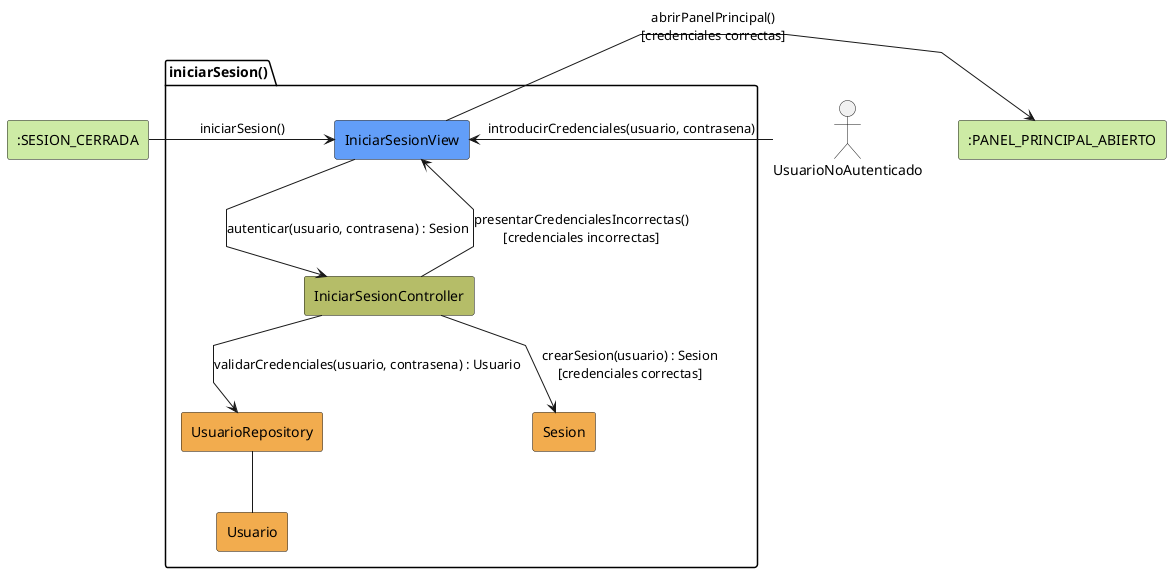
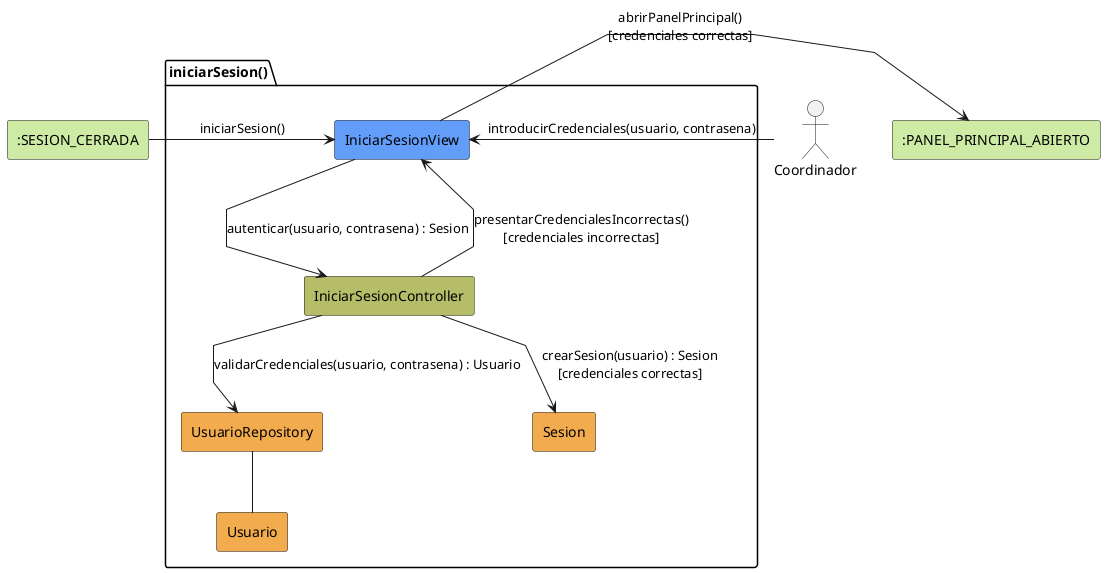
@startuml iniciarSesion-analisis
skinparam linetype polyline

- actor UsuarioNoAutenticado
+ actor Coordinador
rectangle #CDEBA5 ":SESION_CERRADA" as SesionCerrada

package iniciarSesion as "iniciarSesion()" {
    rectangle #629EF9 IniciarSesionView
    rectangle #b5bd68 IniciarSesionController
    rectangle #F2AC4E UsuarioRepository
    rectangle #F2AC4E Usuario
    rectangle #F2AC4E Sesion
}

rectangle #CDEBA5 ":PANEL_PRINCIPAL_ABIERTO" as PanelPrincipalAbierto

SesionCerrada -r-> IniciarSesionView: iniciarSesion()

- UsuarioNoAutenticado -r-> IniciarSesionView: introducirCredenciales(usuario, contrasena)
+ Coordinador -r-> IniciarSesionView: introducirCredenciales(usuario, contrasena)

IniciarSesionView -d-> IniciarSesionController: autenticar(usuario, contrasena) : Sesion

IniciarSesionController --> UsuarioRepository: validarCredenciales(usuario, contrasena) : Usuario

UsuarioRepository -- Usuario

IniciarSesionController --> IniciarSesionView: presentarCredencialesIncorrectas()\n[credenciales incorrectas]

IniciarSesionController --> Sesion: crearSesion(usuario) : Sesion\n[credenciales correctas]

IniciarSesionView -r-> PanelPrincipalAbierto: abrirPanelPrincipal()\n[credenciales correctas]

@enduml
